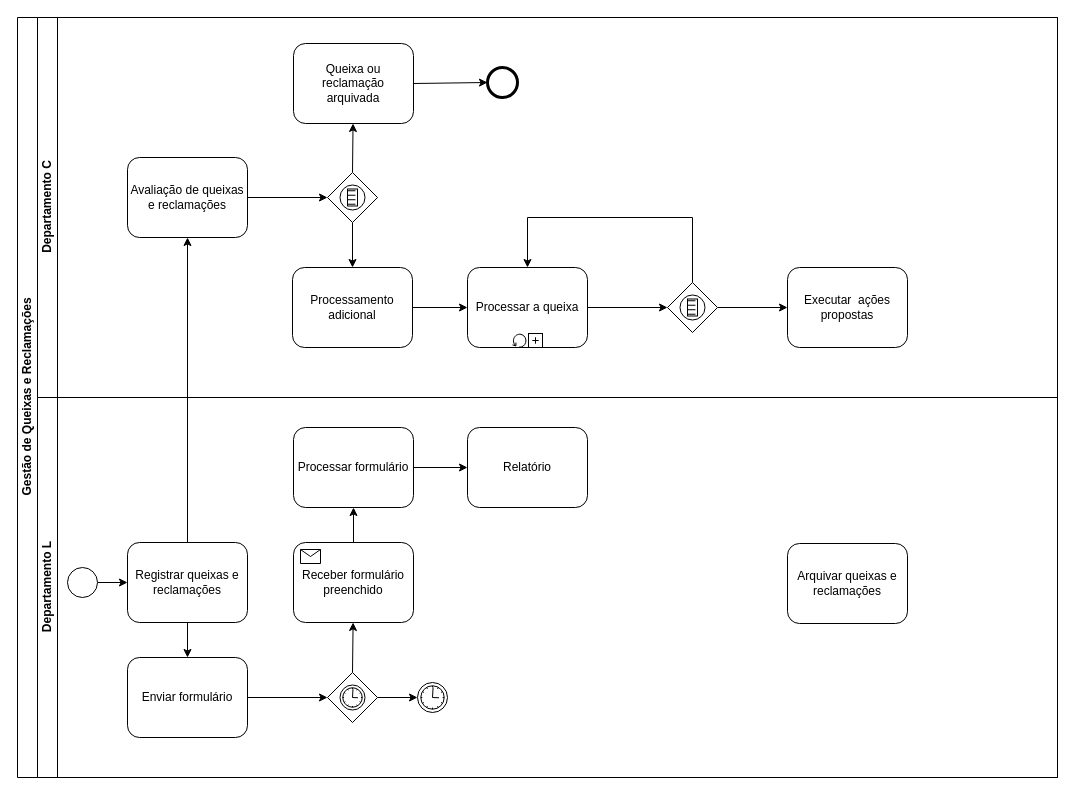
The draw.io diagram Untitled Diagram.drawio in diegom0ta/trunkz, before the edit. Source tidied: cells renumbered, new cells numbered last; positions are measured from the earlier drawing's top-left corner, leaving out a move shared by most shapes. Both pictures are drawn from the tidied source at 100%, with x=0, y=0 at pixel (17, 17).
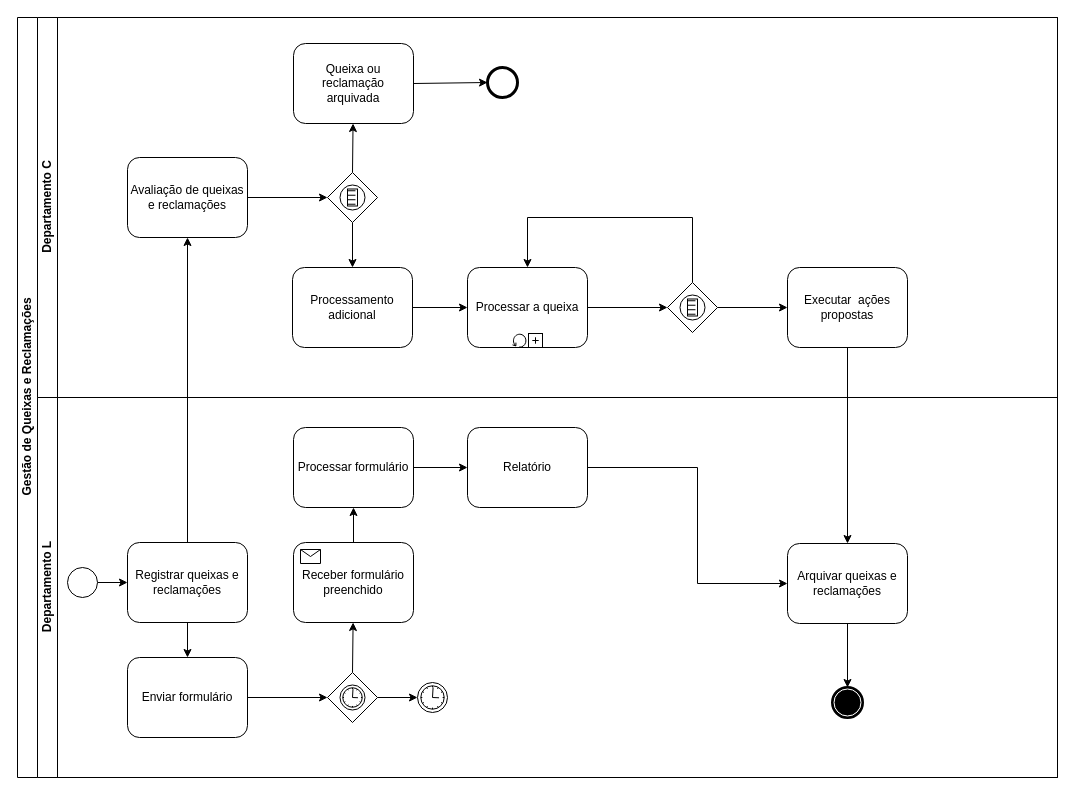
The same page after the edit.

The change refers to these unchanged cells:
```xml
<mxCell id="2" value="Gestão de Queixas e Reclamações" style="swimlane;html=1;horizontal=0;startSize=20;" parent="1" vertex="1">
  <mxGeometry width="1040" height="760" as="geometry" />
</mxCell>
<mxCell id="25" value="Executar &amp;nbsp;ações propostas" style="shape=ext;rounded=1;html=1;whiteSpace=wrap;" parent="3" vertex="1">
  <mxGeometry x="750" y="250" width="120" height="80" as="geometry" />
</mxCell>
<mxCell id="26" value="Departamento L" style="swimlane;html=1;startSize=20;horizontal=0;" parent="2" vertex="1">
  <mxGeometry x="20" y="380" width="1020" height="380" as="geometry" />
</mxCell>
<mxCell id="37" value="Relatório" style="shape=ext;rounded=1;html=1;whiteSpace=wrap;" parent="26" vertex="1">
  <mxGeometry x="430" y="30" width="120" height="80" as="geometry" />
</mxCell>
<mxCell id="39" value="Arquivar queixas e reclamações" style="shape=ext;rounded=1;html=1;whiteSpace=wrap;" parent="26" vertex="1">
  <mxGeometry x="750" y="146" width="120" height="80" as="geometry" />
</mxCell>
```

Diff of the diagram source:
```diff
@@
+    <mxCell id="41" style="edgeStyle=none;rounded=0;jettySize=auto;html=1;exitX=1;exitY=0.5;exitDx=0;exitDy=0;entryX=0;entryY=0.5;entryDx=0;entryDy=0;" parent="26" edge="1" source="37" target="39">
+      <mxGeometry relative="1" as="geometry">
+        <Array as="points">
+          <mxPoint x="660" y="70" />
+          <mxPoint x="660" y="186" />
+        </Array>
+      </mxGeometry>
+    </mxCell>
@@
+    <mxCell id="42" style="edgeStyle=none;rounded=0;jettySize=auto;html=1;exitX=0.5;exitY=1;exitDx=0;exitDy=0;entryX=0.5;entryY=0;entryDx=0;entryDy=0;" parent="26" edge="1" source="39" target="43">
+      <mxGeometry relative="1" as="geometry" />
+    </mxCell>
@@
+    <mxCell id="43" style="shape=mxgraph.bpmn.shape;html=1;verticalLabelPosition=bottom;labelBackgroundColor=#ffffff;verticalAlign=top;align=center;perimeter=ellipsePerimeter;outlineConnect=0;outline=end;symbol=terminate;" parent="26" vertex="1">
+      <mxGeometry x="795" y="290" width="30" height="30" as="geometry" />
+    </mxCell>
@@
+    <mxCell id="44" style="edgeStyle=none;rounded=0;jettySize=auto;html=1;exitX=0.5;exitY=1;exitDx=0;exitDy=0;entryX=0.5;entryY=0;entryDx=0;entryDy=0;" parent="2" edge="1" source="25" target="39">
+      <mxGeometry relative="1" as="geometry" />
+    </mxCell>
```
